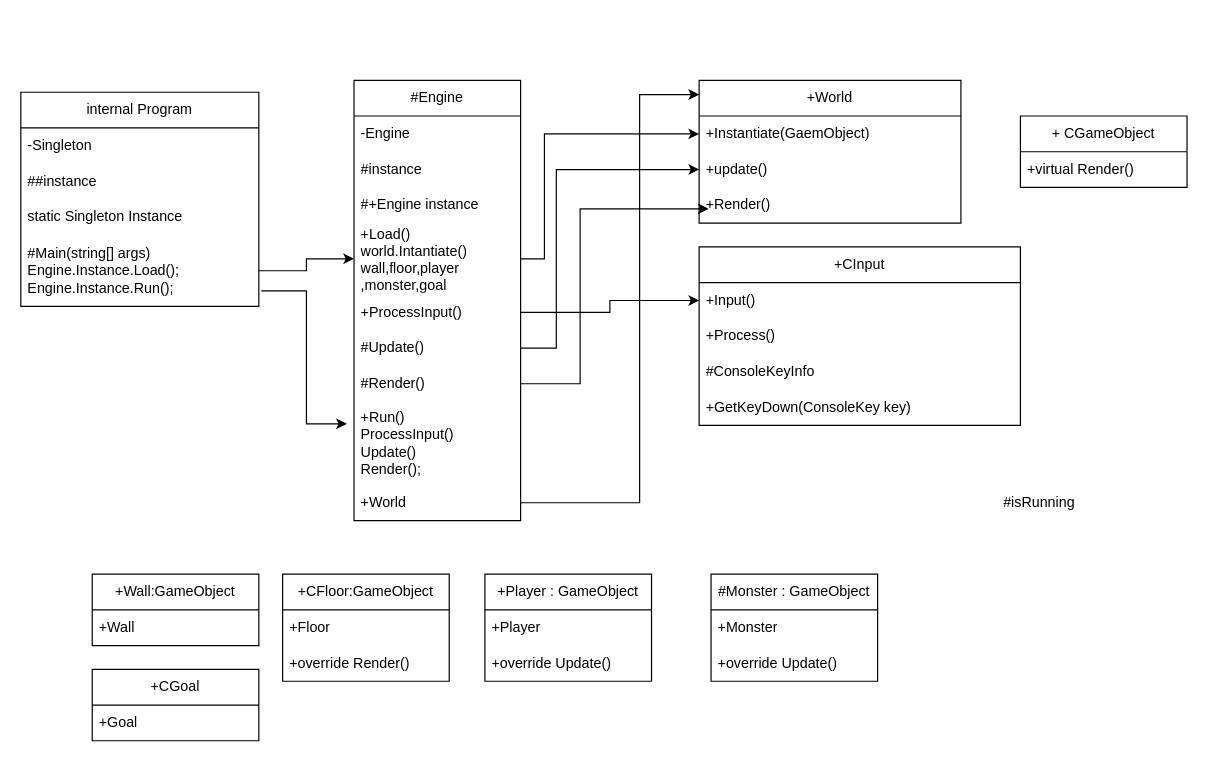
The draw.io diagram 제목 없는 다이어그램.drawio in saimter/CSharpGameEngine, before the edit. Source tidied: cells renumbered, new cells numbered last; positions are measured from the earlier drawing's top-left corner, leaving out a move shared by most shapes. Both pictures are drawn from the tidied source at 119%, with x=0, y=0 at pixel (20, 80).
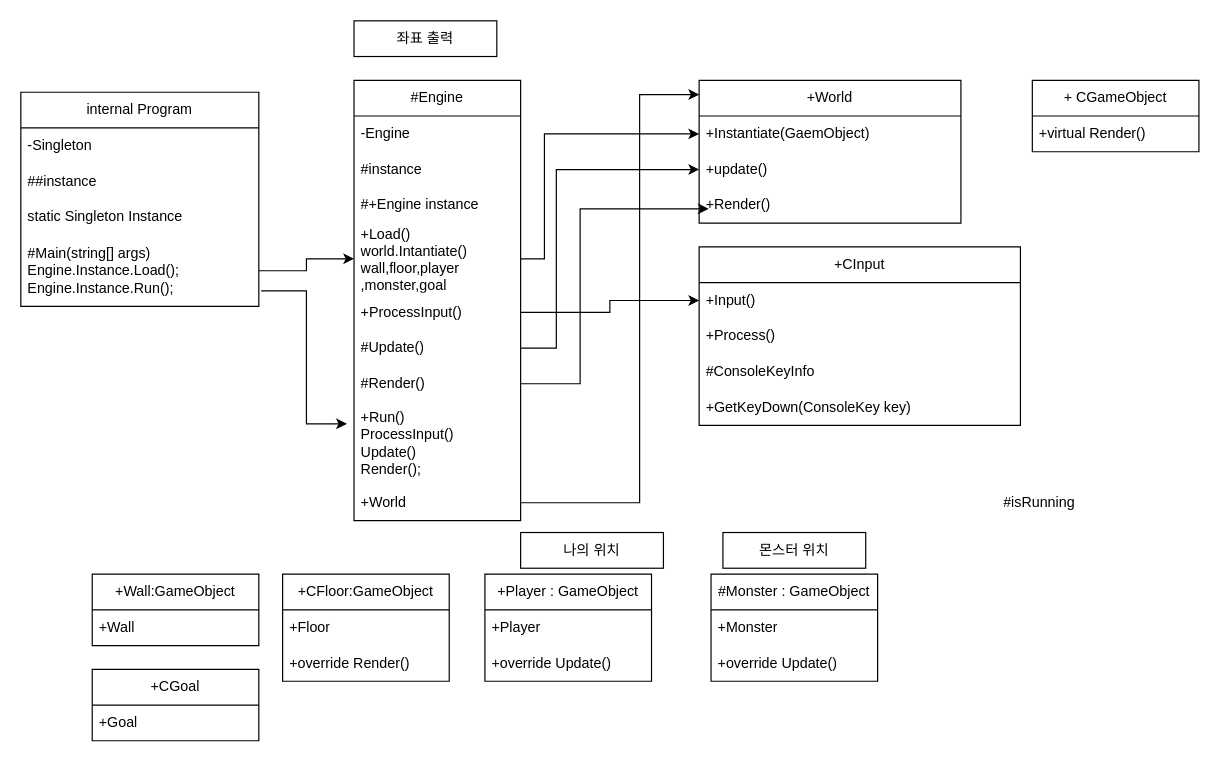
Above is the later version.

The edit, as a diff of the source:
```diff
@@
     <mxCell id="15" value="+ CGameObject" style="swimlane;fontStyle=0;horizontal=1;startSize=30;whiteSpace=wrap;html=1;" parent="1" vertex="1">
-      <mxGeometry x="840" y="30" width="140" height="60" as="geometry" />
+      <mxGeometry x="850" width="140" height="60" as="geometry" />
     </mxCell>
@@
+    <mxCell id="49" value="좌표 출력" style="rounded=0;whiteSpace=wrap;html=1;" parent="1" vertex="1">
+      <mxGeometry x="280" y="-50" width="120" height="30" as="geometry" />
+    </mxCell>
+    <mxCell id="50" value="몬스터 위치" style="rounded=0;whiteSpace=wrap;html=1;" parent="1" vertex="1">
+      <mxGeometry x="590" y="380" width="120" height="30" as="geometry" />
+    </mxCell>
+    <mxCell id="51" value="나의 위치" style="rounded=0;whiteSpace=wrap;html=1;" parent="1" vertex="1">
+      <mxGeometry x="420" y="380" width="120" height="30" as="geometry" />
+    </mxCell>
```
